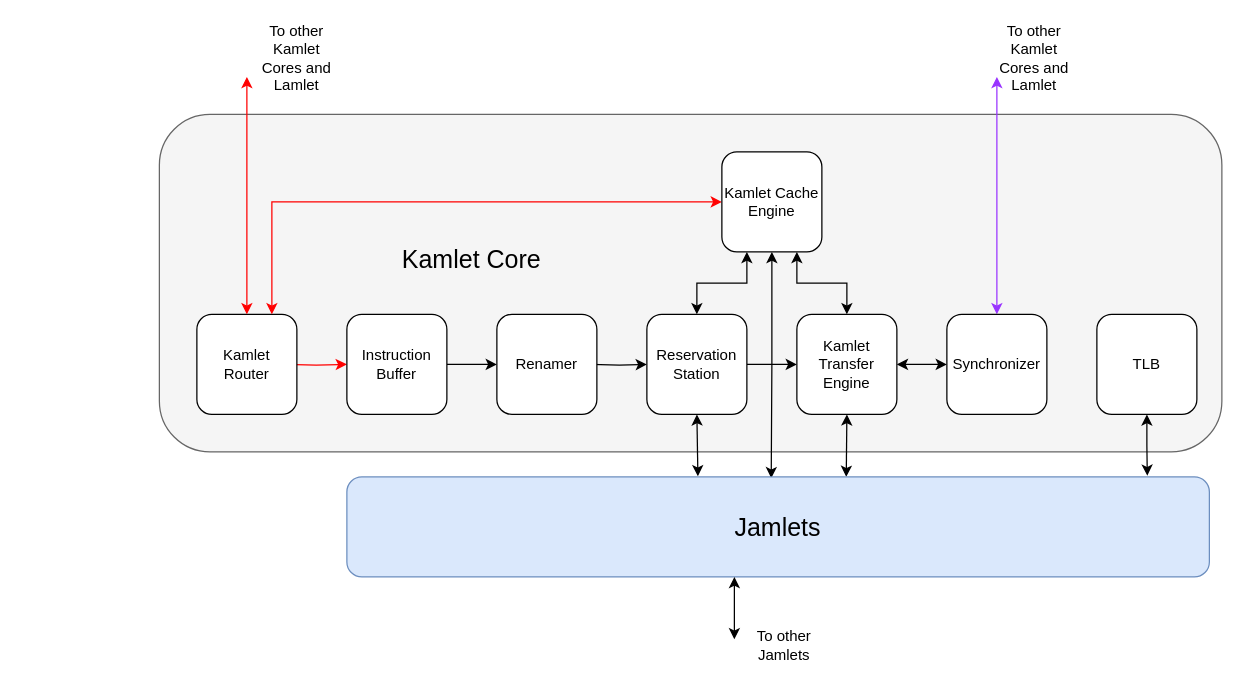
The draw.io diagram docs/diagrams/kamlet_core.drawio in benreynwar/zamlet, before the edit. Source tidied: cells renumbered, new cells numbered last; positions are measured from the earlier drawing's top-left corner, leaving out a move shared by most shapes. Both pictures are drawn from the tidied source at 125%, with x=0, y=0 at pixel (159, 39).
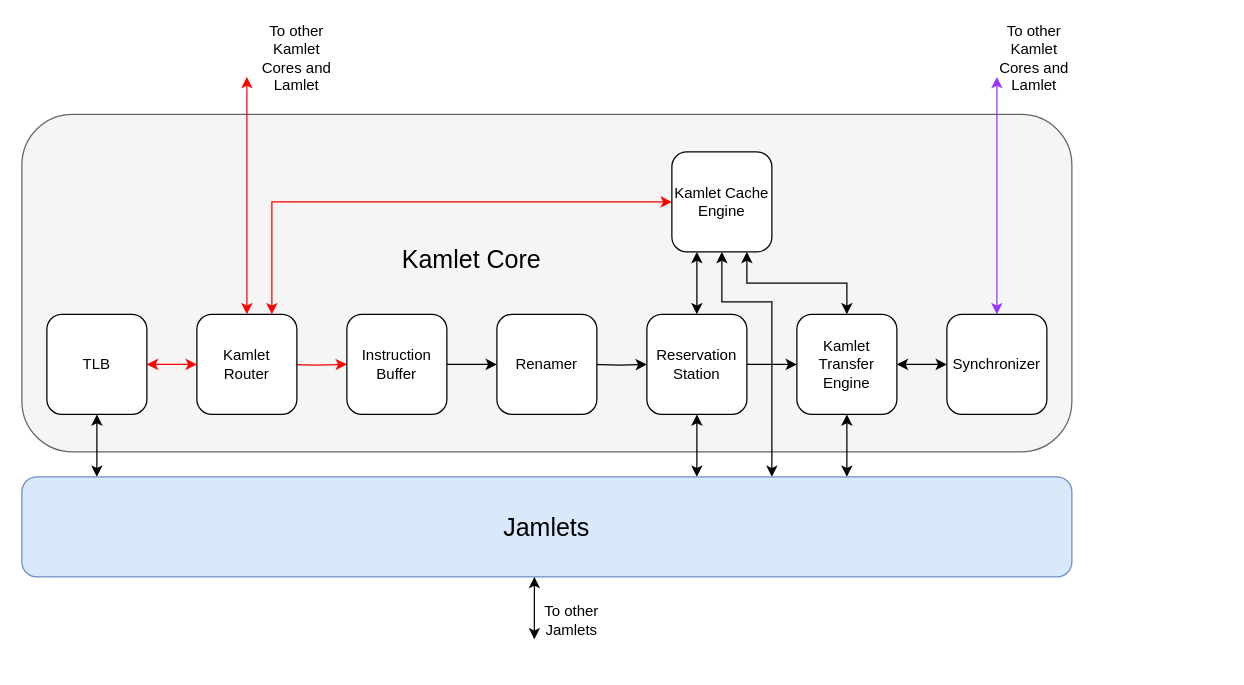
The same page after the edit.

The change refers to these unchanged cells:
```xml
<mxCell id="4" value="Kamlet&lt;br&gt;Router" style="rounded=1;whiteSpace=wrap;html=1;" parent="1" vertex="1">
  <mxGeometry x="30" y="220" width="80" height="80" as="geometry" />
</mxCell>
<mxCell id="10" value="Reservation&lt;br&gt;Station" style="rounded=1;whiteSpace=wrap;html=1;" parent="1" vertex="1">
  <mxGeometry x="390" y="220" width="80" height="80" as="geometry" />
</mxCell>
<mxCell id="12" value="Kamlet Transfer&lt;br&gt;Engine" style="rounded=1;whiteSpace=wrap;html=1;" parent="1" vertex="1">
  <mxGeometry x="510" y="220" width="80" height="80" as="geometry" />
</mxCell>
```

Diff of the diagram source:
```diff
@@
     <mxCell id="2" style="rounded=1;whiteSpace=wrap;html=1;fillColor=#f5f5f5;fontColor=#333333;strokeColor=#666666;" parent="1" vertex="1">
-      <mxGeometry y="60" width="850" height="270" as="geometry" />
+      <mxGeometry x="-110" y="60" width="840" height="270" as="geometry" />
     </mxCell>
@@
-    <mxCell id="13" style="edgeStyle=orthogonalEdgeStyle;rounded=0;jettySize=auto;html=1;startArrow=classic;startFill=1;entryX=0.928;entryY=-0.012;entryDx=0;entryDy=0;entryPerimeter=0;" parent="1" edge="1" source="14" target="24">
-      <mxGeometry relative="1" as="geometry" />
+    <mxCell id="13" style="edgeStyle=orthogonalEdgeStyle;rounded=0;jettySize=auto;html=1;startArrow=classic;startFill=1;" parent="1" edge="1" source="14">
+      <mxGeometry relative="1" as="geometry">
+        <mxPoint x="-50" y="350" as="targetPoint" />
+      </mxGeometry>
     </mxCell>
+    <mxCell id="31" style="edgeStyle=orthogonalEdgeStyle;rounded=0;jettySize=auto;html=1;exitX=1;exitY=0.5;exitDx=0;exitDy=0;strokeColor=#FF0000;startArrow=classic;startFill=1;" parent="1" edge="1" source="14" target="4">
+      <mxGeometry relative="1" as="geometry" />
+    </mxCell>
     <mxCell id="14" value="TLB" style="rounded=1;whiteSpace=wrap;html=1;" parent="1" vertex="1">
-      <mxGeometry x="750" y="220" width="80" height="80" as="geometry" />
+      <mxGeometry x="-90" y="220" width="80" height="80" as="geometry" />
     </mxCell>
-    <mxCell id="15" style="edgeStyle=orthogonalEdgeStyle;rounded=0;jettySize=auto;html=1;exitX=0.5;exitY=1;exitDx=0;exitDy=0;entryX=0.492;entryY=0.013;entryDx=0;entryDy=0;entryPerimeter=0;startArrow=classic;startFill=1;" parent="1" edge="1" source="17" target="24">
-      <mxGeometry relative="1" as="geometry" />
+    <mxCell id="15" style="edgeStyle=orthogonalEdgeStyle;rounded=0;jettySize=auto;html=1;exitX=0.5;exitY=1;exitDx=0;exitDy=0;startArrow=classic;startFill=1;" parent="1" edge="1" source="17">
+      <mxGeometry relative="1" as="geometry">
+        <mxPoint x="490" y="350" as="targetPoint" />
+        <Array as="points">
+          <mxPoint x="450" y="210" />
+          <mxPoint x="490" y="210" />
+        </Array>
+      </mxGeometry>
     </mxCell>
@@
     <mxCell id="17" value="Kamlet Cache&lt;br&gt;Engine" style="rounded=1;whiteSpace=wrap;html=1;" parent="1" vertex="1">
-      <mxGeometry x="450" y="90" width="80" height="80" as="geometry" />
+      <mxGeometry x="410" y="90" width="80" height="80" as="geometry" />
     </mxCell>
-    <mxCell id="18" style="endArrow=classic;startArrow=classic;html=1;rounded=0;entryX=0.5;entryY=1;entryDx=0;entryDy=0;exitX=0.579;exitY=0;exitDx=0;exitDy=0;exitPerimeter=0;" parent="1" edge="1" source="24" target="12">
-      <mxGeometry relative="1" as="geometry" />
+    <mxCell id="18" style="endArrow=classic;startArrow=classic;html=1;rounded=0;entryX=0.5;entryY=1;entryDx=0;entryDy=0;" parent="1" edge="1" target="12">
+      <mxGeometry relative="1" as="geometry">
+        <mxPoint x="550" y="350" as="sourcePoint" />
+      </mxGeometry>
     </mxCell>
-    <mxCell id="19" style="endArrow=classic;startArrow=classic;html=1;rounded=0;exitX=0.5;exitY=1;exitDx=0;exitDy=0;entryX=0.407;entryY=-0.006;entryDx=0;entryDy=0;entryPerimeter=0;" parent="1" edge="1" source="10" target="24">
-      <mxGeometry relative="1" as="geometry" />
+    <mxCell id="19" style="endArrow=classic;startArrow=classic;html=1;rounded=0;exitX=0.5;exitY=1;exitDx=0;exitDy=0;" parent="1" edge="1" source="10">
+      <mxGeometry relative="1" as="geometry">
+        <mxPoint x="430" y="350" as="targetPoint" />
+      </mxGeometry>
     </mxCell>
@@
     <mxCell id="24" value="Jamlets" style="rounded=1;whiteSpace=wrap;html=1;fontSize=20;fillColor=#dae8fc;strokeColor=#6c8ebf;" parent="1" vertex="1">
-      <mxGeometry x="150" y="350" width="690" height="80" as="geometry" />
+      <mxGeometry x="-110" y="350" width="840" height="80" as="geometry" />
     </mxCell>
@@
     <mxCell id="26" style="endArrow=classic;startArrow=classic;html=1;rounded=0;exitX=0.5;exitY=1;exitDx=0;exitDy=0;" parent="1" edge="1">
       <mxGeometry relative="1" as="geometry">
-        <mxPoint x="460" y="430" as="sourcePoint" />
-        <mxPoint x="460" y="480" as="targetPoint" />
+        <mxPoint x="300" y="430" as="sourcePoint" />
+        <mxPoint x="300" y="480" as="targetPoint" />
       </mxGeometry>
     </mxCell>
@@
     <mxCell id="29" value="To other Jamlets" style="text;html=1;whiteSpace=wrap;strokeColor=none;fillColor=none;align=center;verticalAlign=middle;rounded=0;" parent="1" vertex="1">
-      <mxGeometry x="470" y="470" width="60" height="30" as="geometry" />
+      <mxGeometry x="300" y="450" width="60" height="30" as="geometry" />
     </mxCell>
```
